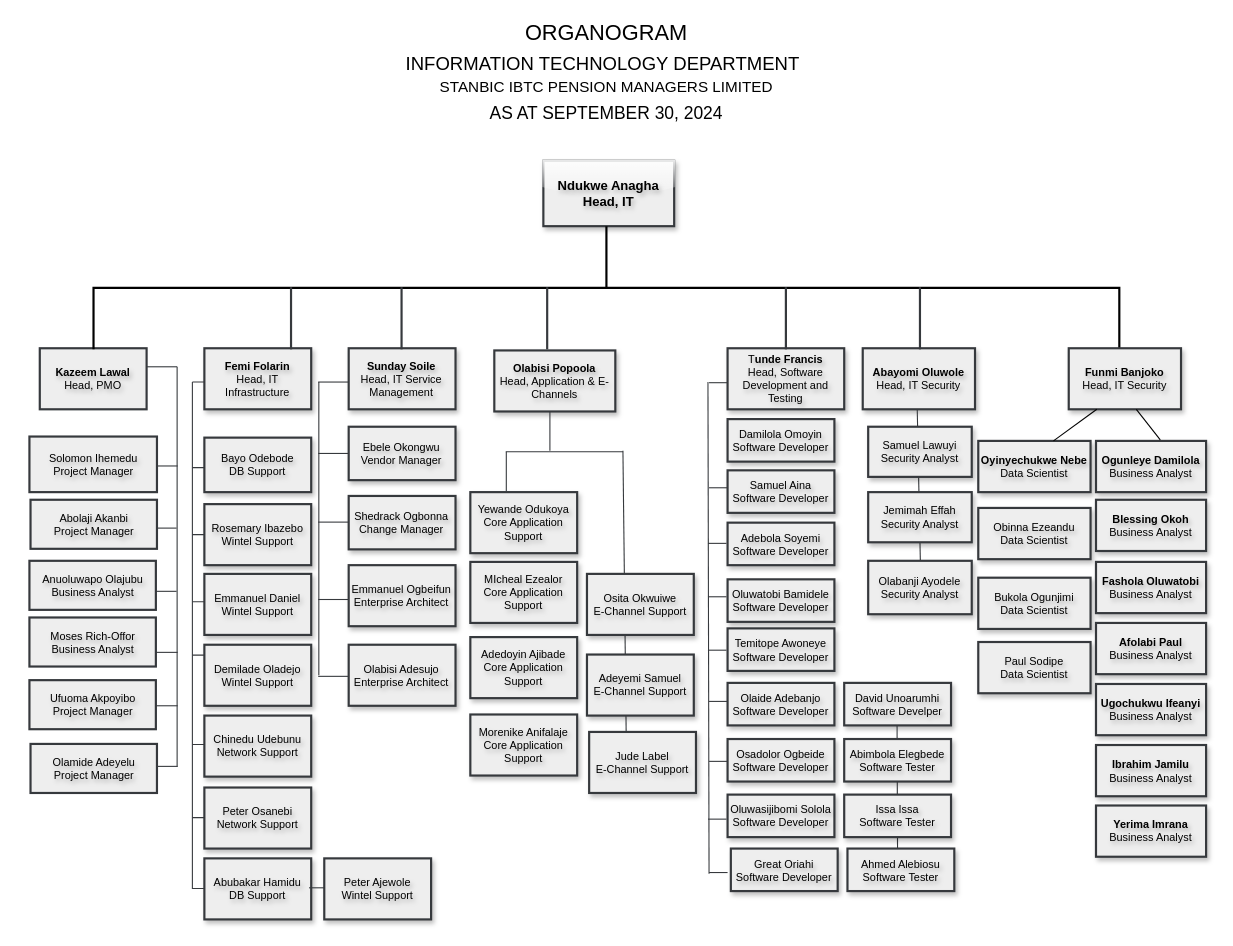
Great-B/standard-arch-diagrams keeps this draw.io diagram as page "Copy of Page-1" (2 of 2) of organogram.drawio. Above is the earlier version. Source tidied: cells renumbered, new cells numbered last; positions are measured from the earlier drawing's top-left corner, leaving out a move shared by most shapes. Both pictures are drawn from the tidied source at 109%, with x=0, y=0 at pixel (19, -226).
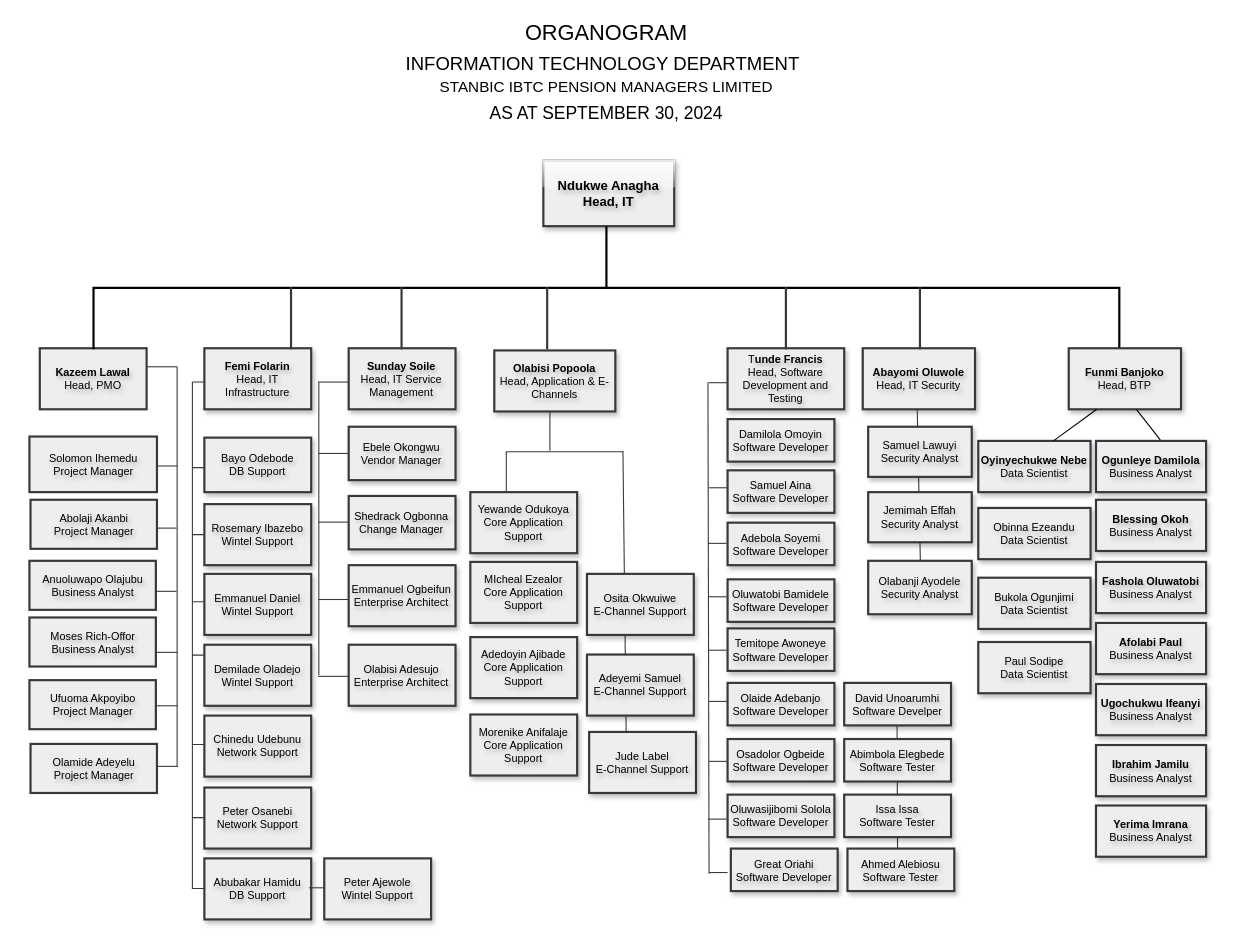
The same page after the edit.

What changed in the source:
```diff
@@
-    <mxCell id="108" value="&lt;div style=&quot;font-size: 10px;&quot;&gt;&lt;span style=&quot;background-color: initial; font-size: 10px;&quot;&gt;&lt;b&gt;Funmi Banjoko&lt;/b&gt;&lt;br&gt;Head, IT Security&lt;/span&gt;&lt;br style=&quot;font-size: 10px;&quot;&gt;&lt;/div&gt;" style="rounded=0;whiteSpace=wrap;html=1;strokeWidth=2;perimeterSpacing=0;glass=0;shadow=1;fontStyle=0;textShadow=1;fillColor=#eeeeee;strokeColor=#36393d;align=center;fontSize=10;" parent="1" vertex="1">
+    <mxCell id="108" value="&lt;div style=&quot;font-size: 10px;&quot;&gt;&lt;span style=&quot;background-color: initial; font-size: 10px;&quot;&gt;&lt;b&gt;Funmi Banjoko&lt;/b&gt;&lt;br&gt;Head, BTP&lt;/span&gt;&lt;br style=&quot;font-size: 10px;&quot;&gt;&lt;/div&gt;" style="rounded=0;whiteSpace=wrap;html=1;strokeWidth=2;perimeterSpacing=0;glass=0;shadow=1;fontStyle=0;textShadow=1;fillColor=#eeeeee;strokeColor=#36393d;align=center;fontSize=10;" parent="1" vertex="1">
       <mxGeometry x="963" y="526" width="103" height="56" as="geometry" />
     </mxCell>
```
